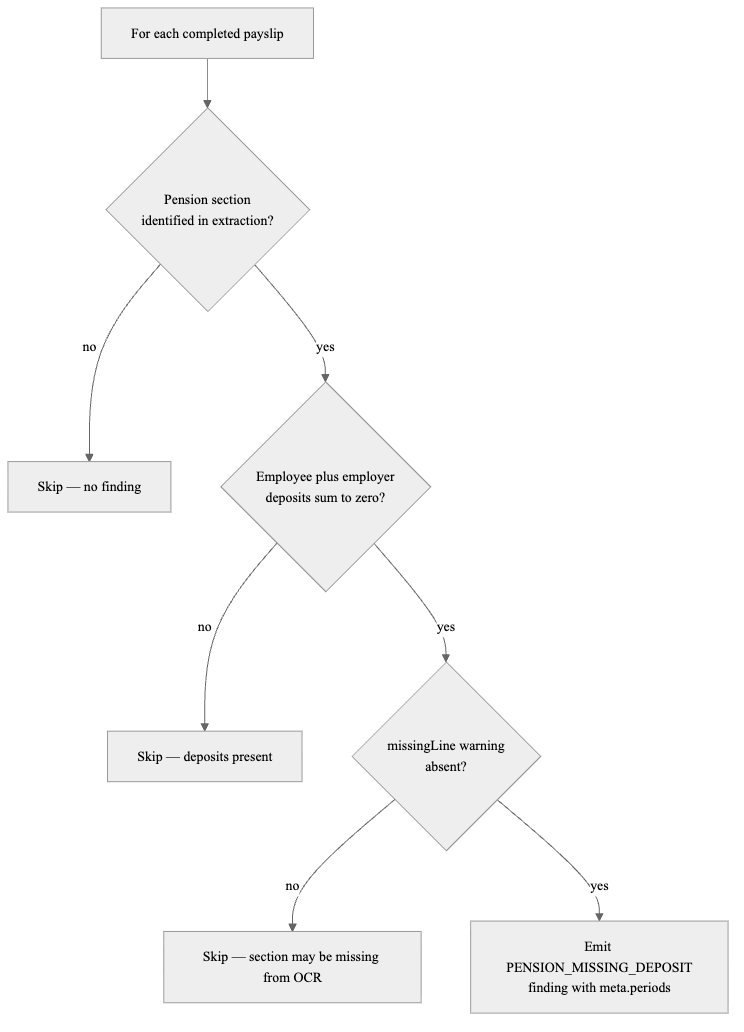
Earlier version of the Mermaid export Final_Project_Book/figures/fig09-findings-tree.png (ofek1210/FinGuide). Its source is kept beside it as Final_Project_Book/figures/src/fig09-findings-tree.mmd. Source of this version:
```mermaid
flowchart TD
  Start["For each completed payslip"]
  Q1{"Pension section\nidentified in extraction?"}
  Skip1["Skip — no finding"]
  Q2{"Employee plus employer\ndeposits sum to zero?"}
  Skip2["Skip — deposits present"]
  Q3{"missingLine warning\nabsent?"}
  Skip3["Skip — section may be missing from OCR"]
  Emit["Emit PENSION_MISSING_DEPOSIT\nfinding with meta.periods"]

  Start --> Q1
  Q1 -->|no| Skip1
  Q1 -->|yes| Q2
  Q2 -->|no| Skip2
  Q2 -->|yes| Q3
  Q3 -->|no| Skip3
  Q3 -->|yes| Emit
```
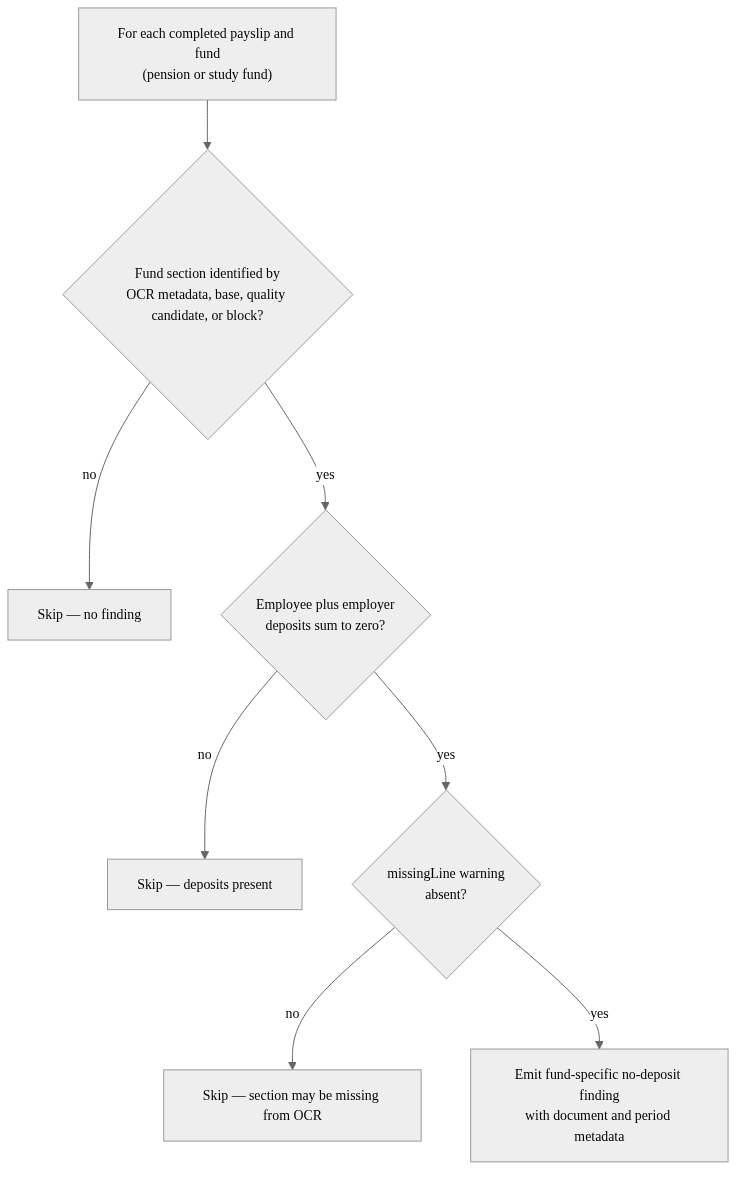
After the change.

Change to the diagram source:
```diff
@@ -1,12 +1,12 @@
 flowchart TD
-  Start["For each completed payslip"]
-  Q1{"Pension section\nidentified in extraction?"}
+  Start["For each completed payslip and fund\n(pension or study fund)"]
+  Q1{"Fund section identified by\nOCR metadata, base, quality candidate, or block?"}
   Skip1["Skip — no finding"]
   Q2{"Employee plus employer\ndeposits sum to zero?"}
   Skip2["Skip — deposits present"]
   Q3{"missingLine warning\nabsent?"}
   Skip3["Skip — section may be missing from OCR"]
-  Emit["Emit PENSION_MISSING_DEPOSIT\nfinding with meta.periods"]
+  Emit["Emit fund-specific no-deposit finding\nwith document and period metadata"]
 
   Start --> Q1
   Q1 -->|no| Skip1
```
